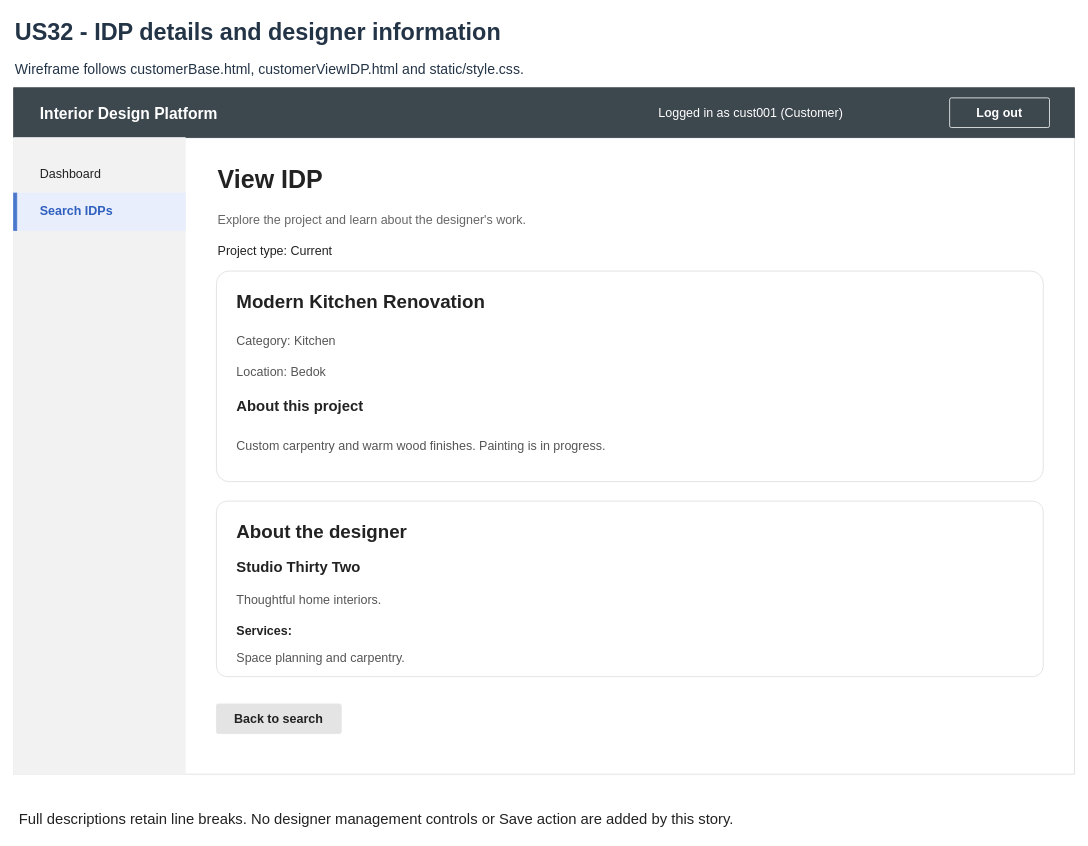
The draw.io diagram page "4b Wireframe - IDP details" (4 of 7) of Sprint_3/US32 - View IDP/US32 View IDP.drawio in Hanzxc/CSIT314-ARCHSS, before the edit. Source tidied: cells renumbered, new cells numbered last; positions are measured from the earlier drawing's top-left corner, leaving out a move shared by most shapes. Both pictures are drawn from the tidied source at 78%, with x=0, y=0 at pixel (13, 13).
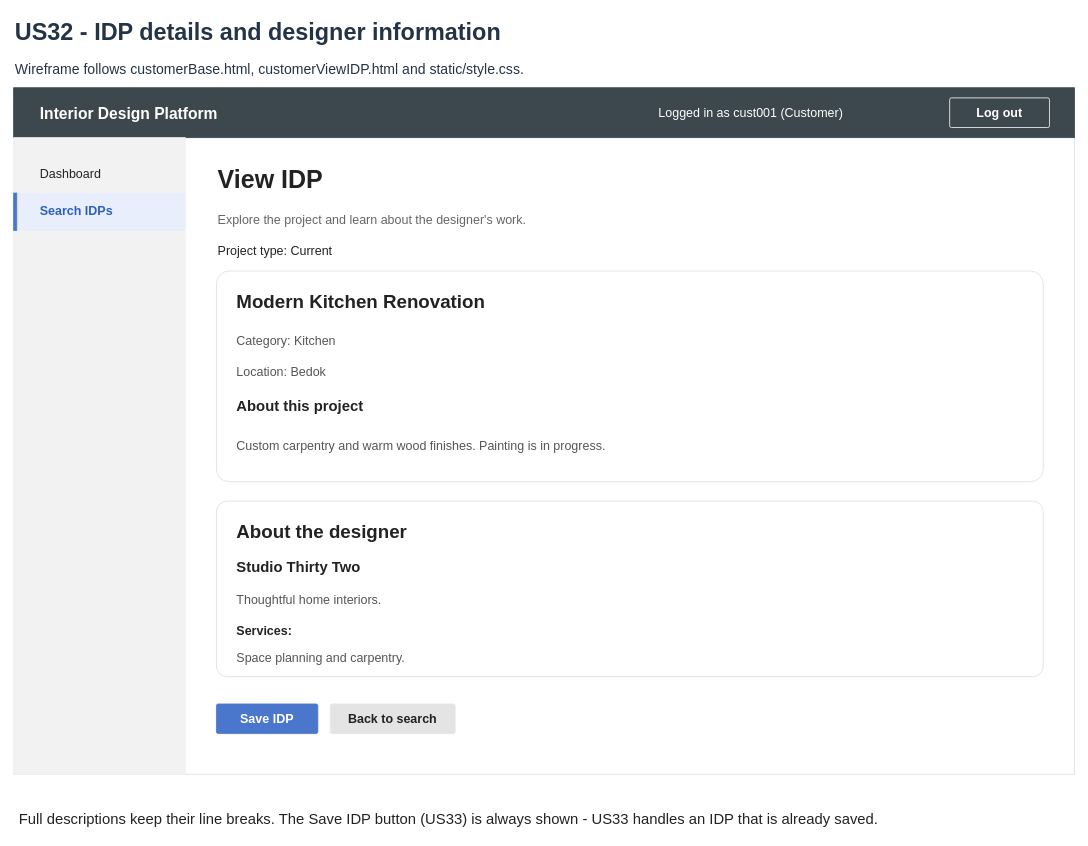
The same diagram, later.

What changed in the source:
```diff
@@
+    <mxCell id="33" style="rounded=1;arcSize=6;html=0;fillColor=#4a76cc;strokeColor=#4a76cc;" parent="1" vertex="1">
+      <mxGeometry x="260" y="885" width="130" height="38" as="geometry" />
+    </mxCell>
+    <mxCell id="34" value="Save IDP" style="text;html=0;align=center;verticalAlign=middle;whiteSpace=wrap;fontSize=16;fontStyle=1;fontColor=#fff;" parent="1" vertex="1">
+      <mxGeometry x="266" y="889" width="118" height="30" as="geometry" />
+    </mxCell>
     <mxCell id="30" style="rounded=1;arcSize=6;html=0;fillColor=#e4e4e4;strokeColor=#e4e4e4;" parent="1" vertex="1">
-      <mxGeometry x="260" y="885" width="160" height="38" as="geometry" />
+      <mxGeometry x="406" y="885" width="160" height="38" as="geometry" />
     </mxCell>
     <mxCell id="31" value="Back to search" style="text;html=0;align=center;verticalAlign=middle;whiteSpace=wrap;fontSize=16;fontStyle=1;fontColor=#222;" parent="1" vertex="1">
-      <mxGeometry x="266" y="889" width="148" height="30" as="geometry" />
+      <mxGeometry x="412" y="889" width="148" height="30" as="geometry" />
     </mxCell>
-    <mxCell id="32" value="Full descriptions retain line breaks. No designer management controls or Save action are added by this story." style="text;html=0;align=left;verticalAlign=middle;whiteSpace=wrap;fontSize=19;fontStyle=0;fontColor=#222;" parent="1" vertex="1">
+    <mxCell id="32" value="Full descriptions keep their line breaks. The Save IDP button (US33) is always shown - US33 handles an IDP that is already saved." style="text;html=0;align=left;verticalAlign=middle;whiteSpace=wrap;fontSize=19;fontStyle=0;fontColor=#222;" parent="1" vertex="1">
       <mxGeometry x="5" y="1015" width="1340" height="35" as="geometry" />
     </mxCell>
```
